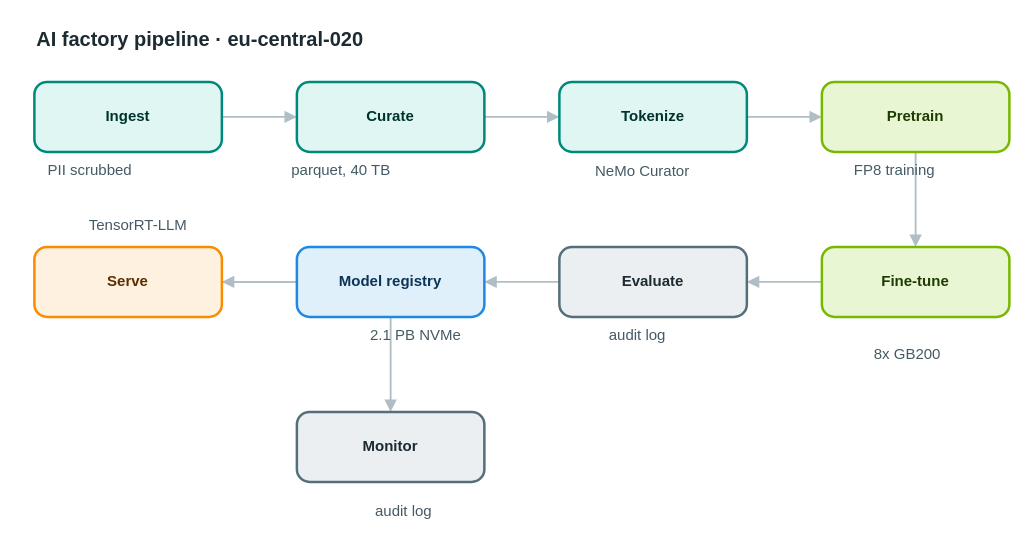
Earlier version of the draw.io diagram apps/web/public/samples/library/020-ai-factory-pipeline.drawio (AryanG01/open-apprentice). Source tidied: cells renumbered, new cells numbered last; positions are measured from the earlier drawing's top-left corner, leaving out a move shared by most shapes. Both pictures are drawn from the tidied source at 125%, with x=0, y=0 at pixel (34, 21).
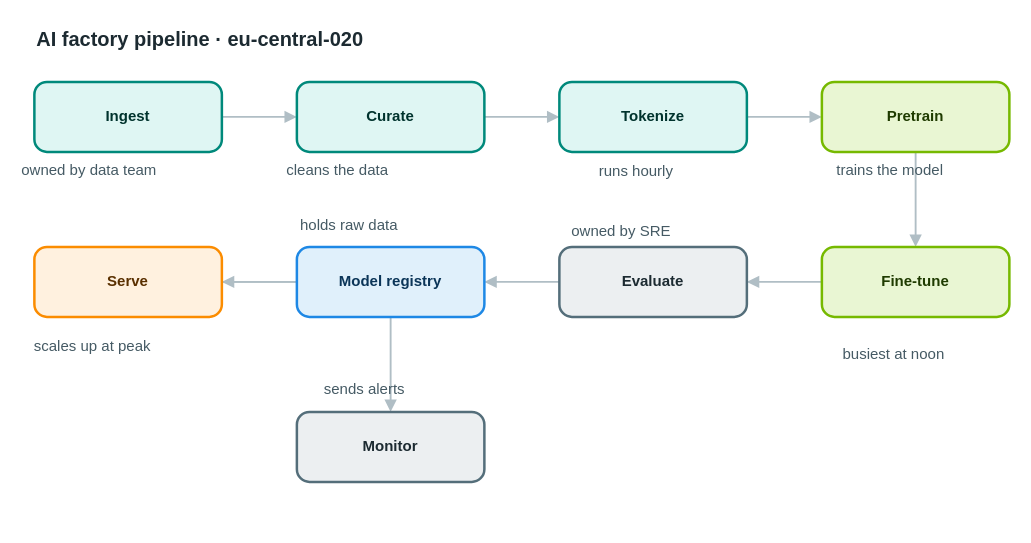
The same diagram, later.

Diff of the diagram source:
```diff
@@
-    <mxCell id="20" value="PII scrubbed" style="text;html=1;align=left;verticalAlign=top;whiteSpace=nowrap;spacing=0;spacingTop=0;strokeColor=none;fillColor=none;fontSize=12;fontColor=#455a64;" parent="1" vertex="1">
-      <mxGeometry x="11" y="107" width="96" height="20" as="geometry" />
+    <mxCell id="20" value="owned by data team" style="text;html=1;align=left;verticalAlign=top;whiteSpace=nowrap;spacing=0;spacingTop=0;strokeColor=none;fillColor=none;fontSize=12;fontColor=#455a64;" parent="1" vertex="1">
+      <mxGeometry x="-10" y="107" width="138" height="20" as="geometry" />
     </mxCell>
-    <mxCell id="21" value="parquet, 40 TB" style="text;html=1;align=left;verticalAlign=top;whiteSpace=nowrap;spacing=0;spacingTop=0;strokeColor=none;fillColor=none;fontSize=12;fontColor=#455a64;" parent="1" vertex="1">
-      <mxGeometry x="206" y="107" width="110" height="20" as="geometry" />
+    <mxCell id="21" value="cleans the data" style="text;html=1;align=left;verticalAlign=top;whiteSpace=nowrap;spacing=0;spacingTop=0;strokeColor=none;fillColor=none;fontSize=12;fontColor=#455a64;" parent="1" vertex="1">
+      <mxGeometry x="202" y="107" width="117" height="20" as="geometry" />
     </mxCell>
-    <mxCell id="22" value="NeMo Curator" style="text;html=1;align=left;verticalAlign=top;whiteSpace=nowrap;spacing=0;spacingTop=0;strokeColor=none;fillColor=none;fontSize=12;fontColor=#455a64;" parent="1" vertex="1">
-      <mxGeometry x="449" y="108" width="96" height="20" as="geometry" />
+    <mxCell id="22" value="runs hourly" style="text;html=1;align=left;verticalAlign=top;whiteSpace=nowrap;spacing=0;spacingTop=0;strokeColor=none;fillColor=none;fontSize=12;fontColor=#455a64;" parent="1" vertex="1">
+      <mxGeometry x="452" y="108" width="89" height="20" as="geometry" />
     </mxCell>
-    <mxCell id="23" value="FP8 training" style="text;html=1;align=left;verticalAlign=top;whiteSpace=nowrap;spacing=0;spacingTop=0;strokeColor=none;fillColor=none;fontSize=12;fontColor=#455a64;" parent="1" vertex="1">
-      <mxGeometry x="656" y="107" width="96" height="20" as="geometry" />
+    <mxCell id="23" value="trains the model" style="text;html=1;align=left;verticalAlign=top;whiteSpace=nowrap;spacing=0;spacingTop=0;strokeColor=none;fillColor=none;fontSize=12;fontColor=#455a64;" parent="1" vertex="1">
+      <mxGeometry x="642" y="107" width="124" height="20" as="geometry" />
     </mxCell>
-    <mxCell id="24" value="8x GB200" style="text;html=1;align=left;verticalAlign=top;whiteSpace=nowrap;spacing=0;spacingTop=0;strokeColor=none;fillColor=none;fontSize=12;fontColor=#455a64;" parent="1" vertex="1">
-      <mxGeometry x="672" y="254" width="68" height="20" as="geometry" />
+    <mxCell id="24" value="busiest at noon" style="text;html=1;align=left;verticalAlign=top;whiteSpace=nowrap;spacing=0;spacingTop=0;strokeColor=none;fillColor=none;fontSize=12;fontColor=#455a64;" parent="1" vertex="1">
+      <mxGeometry x="647" y="254" width="117" height="20" as="geometry" />
     </mxCell>
-    <mxCell id="25" value="audit log" style="text;html=1;align=left;verticalAlign=top;whiteSpace=nowrap;spacing=0;spacingTop=0;strokeColor=none;fillColor=none;fontSize=12;fontColor=#455a64;" parent="1" vertex="1">
-      <mxGeometry x="460" y="239" width="75" height="20" as="geometry" />
+    <mxCell id="25" value="owned by SRE" style="text;html=1;align=left;verticalAlign=top;whiteSpace=nowrap;spacing=0;spacingTop=0;strokeColor=none;fillColor=none;fontSize=12;fontColor=#455a64;" parent="1" vertex="1">
+      <mxGeometry x="430" y="156" width="96" height="20" as="geometry" />
     </mxCell>
-    <mxCell id="26" value="2.1 PB NVMe" style="text;html=1;align=left;verticalAlign=top;whiteSpace=nowrap;spacing=0;spacingTop=0;strokeColor=none;fillColor=none;fontSize=12;fontColor=#455a64;" parent="1" vertex="1">
-      <mxGeometry x="269" y="239" width="89" height="20" as="geometry" />
+    <mxCell id="26" value="holds raw data" style="text;html=1;align=left;verticalAlign=top;whiteSpace=nowrap;spacing=0;spacingTop=0;strokeColor=none;fillColor=none;fontSize=12;fontColor=#455a64;" parent="1" vertex="1">
+      <mxGeometry x="213" y="151" width="110" height="20" as="geometry" />
     </mxCell>
-    <mxCell id="27" value="TensorRT-LLM" style="text;html=1;align=left;verticalAlign=top;whiteSpace=nowrap;spacing=0;spacingTop=0;strokeColor=none;fillColor=none;fontSize=12;fontColor=#455a64;" parent="1" vertex="1">
-      <mxGeometry x="44" y="151" width="96" height="20" as="geometry" />
+    <mxCell id="27" value="scales up at peak" style="text;html=1;align=left;verticalAlign=top;whiteSpace=nowrap;spacing=0;spacingTop=0;strokeColor=none;fillColor=none;fontSize=12;fontColor=#455a64;" parent="1" vertex="1">
+      <mxGeometry y="248" width="131" height="20" as="geometry" />
     </mxCell>
-    <mxCell id="28" value="audit log" style="text;html=1;align=left;verticalAlign=top;whiteSpace=nowrap;spacing=0;spacingTop=0;strokeColor=none;fillColor=none;fontSize=12;fontColor=#455a64;" parent="1" vertex="1">
-      <mxGeometry x="273" y="380" width="75" height="20" as="geometry" />
+    <mxCell id="28" value="sends alerts" style="text;html=1;align=left;verticalAlign=top;whiteSpace=nowrap;spacing=0;spacingTop=0;strokeColor=none;fillColor=none;fontSize=12;fontColor=#455a64;" parent="1" vertex="1">
+      <mxGeometry x="232" y="282" width="96" height="20" as="geometry" />
     </mxCell>
```
